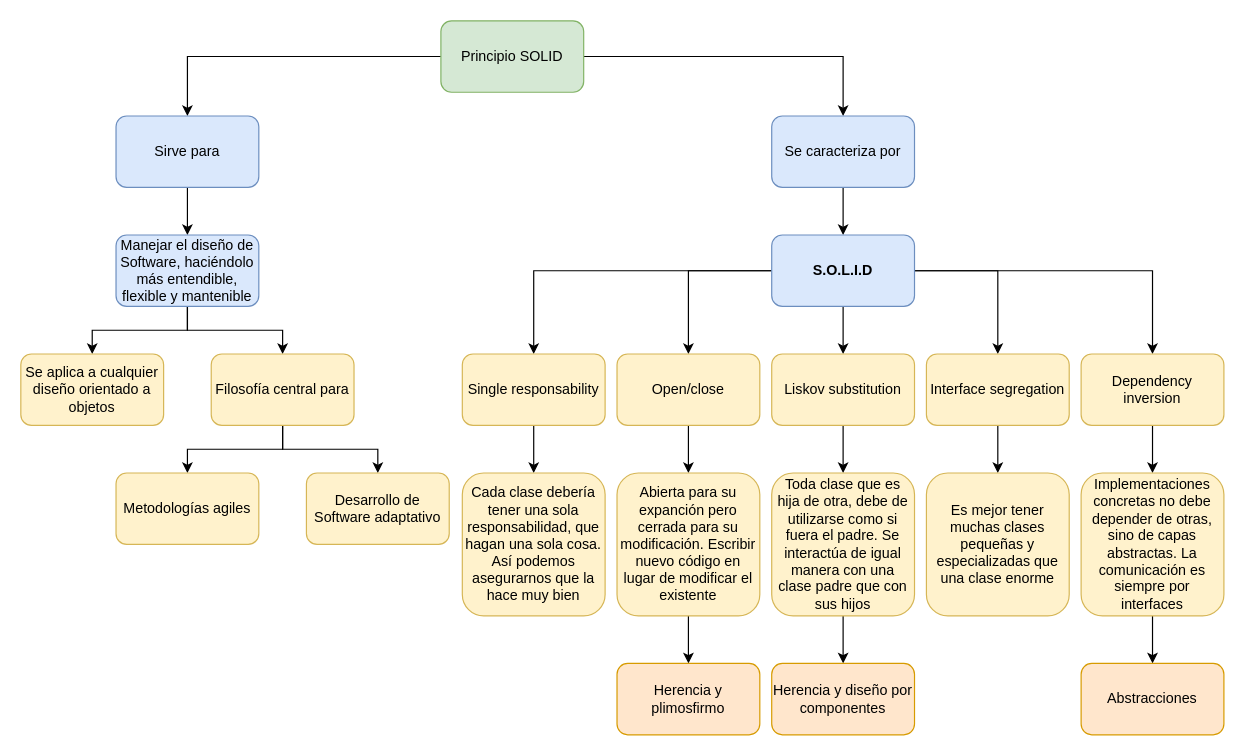
The draw.io diagram 02-PRINCIPIOS DE PROGRAMACIÓN/Principios SOLID - Mapa Conceptual.drawio in HenrySofka/Curso_BuenasPracticas_SURA, before the edit. Source tidied: cells renumbered, new cells numbered last; positions are measured from the earlier drawing's top-left corner, leaving out a move shared by most shapes. Both pictures are drawn from the tidied source at 119%, with x=0, y=0 at pixel (20, 20).
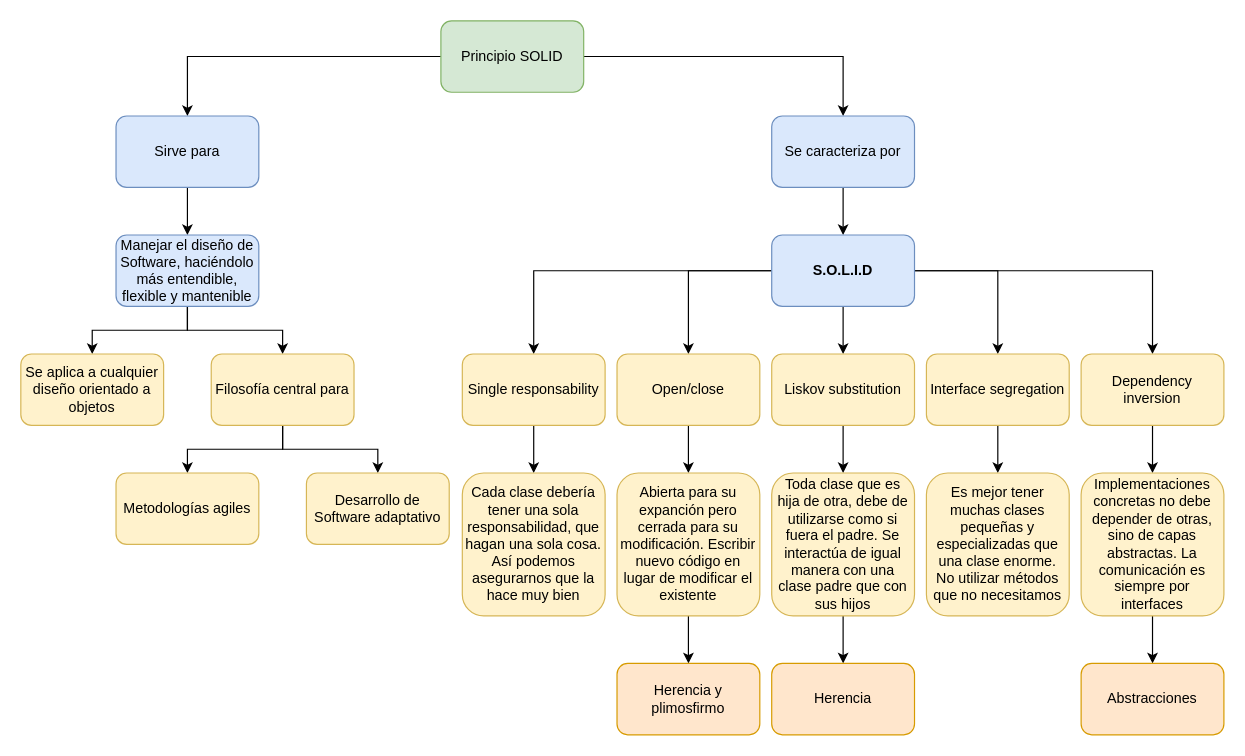
The same page after the edit.

The edit, as a diff of the source:
```diff
@@
-    <mxCell id="39" value="Es mejor tener muchas clases pequeñas y especializadas que una clase enorme" style="rounded=1;whiteSpace=wrap;html=1;fillColor=#fff2cc;strokeColor=#d6b656;" parent="1" vertex="1">
+    <mxCell id="39" value="Es mejor tener muchas clases pequeñas y especializadas que una clase enorme.&lt;br&gt;No utilizar métodos que no necesitamos" style="rounded=1;whiteSpace=wrap;html=1;fillColor=#fff2cc;strokeColor=#d6b656;" parent="1" vertex="1">
       <mxGeometry x="761" y="380" width="120" height="120" as="geometry" />
     </mxCell>
@@
-    <mxCell id="43" value="Herencia y diseño por componentes" style="rounded=1;whiteSpace=wrap;html=1;fillColor=#ffe6cc;strokeColor=#d79b00;" parent="1" vertex="1">
+    <mxCell id="43" value="Herencia" style="rounded=1;whiteSpace=wrap;html=1;fillColor=#ffe6cc;strokeColor=#d79b00;" parent="1" vertex="1">
       <mxGeometry x="631" y="540" width="120" height="60" as="geometry" />
     </mxCell>
```
